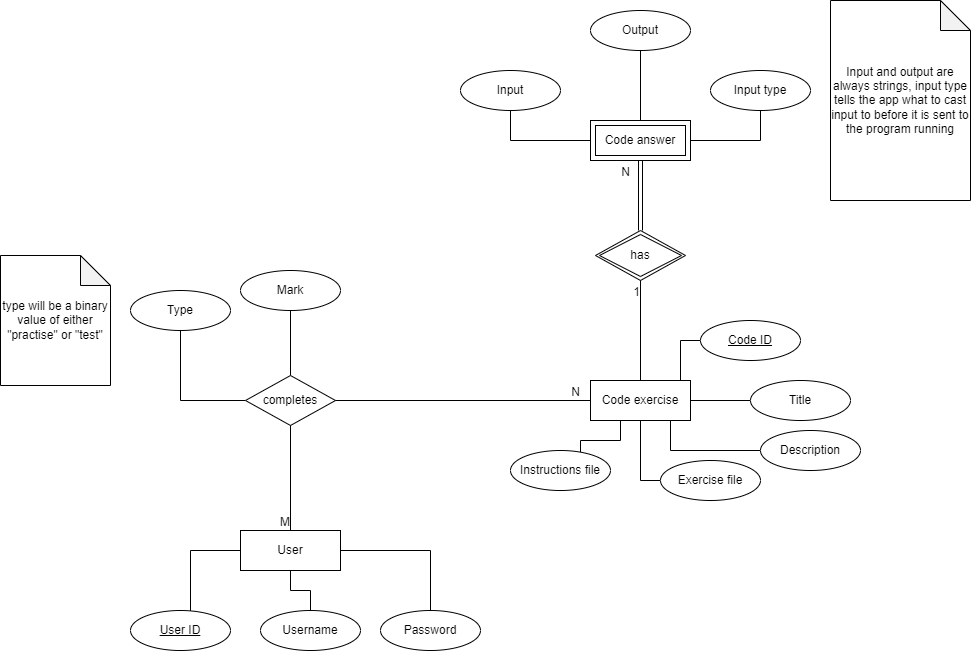
Earlier version of the draw.io export design/ERD.png (otto2048/honours-project). Source tidied: cells renumbered, new cells last; positions are measured from the earlier drawing's top-left corner, leaving out a move shared by most shapes.
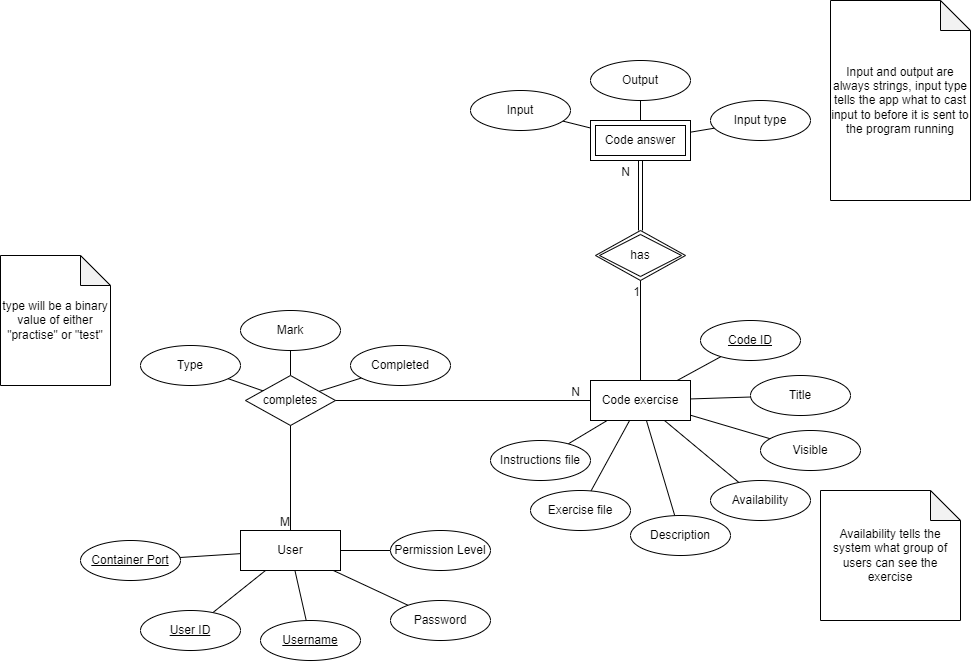
The same file after the commit.

The edit, as a diff of the source:
```diff
@@ -8,10 +8,10 @@
     <mxCell id="3" value="User" style="whiteSpace=wrap;html=1;align=center;" parent="1" vertex="1">
       <mxGeometry x="240" y="530" width="100" height="40" as="geometry" />
     </mxCell>
-    <mxCell id="4" style="edgeStyle=orthogonalEdgeStyle;rounded=0;jettySize=auto;html=1;endArrow=none;endFill=0;" parent="1" edge="1" source="6" target="11">
+    <mxCell id="4" style="rounded=0;jettySize=auto;html=1;endArrow=none;endFill=0;" parent="1" edge="1" source="6" target="11">
       <mxGeometry relative="1" as="geometry" />
     </mxCell>
-    <mxCell id="5" style="edgeStyle=orthogonalEdgeStyle;rounded=0;jettySize=auto;html=1;endArrow=none;endFill=0;" parent="1" edge="1" source="6" target="12">
+    <mxCell id="5" style="rounded=0;jettySize=auto;html=1;endArrow=none;endFill=0;" parent="1" edge="1" source="6" target="12">
       <mxGeometry relative="1" as="geometry" />
     </mxCell>
     <mxCell id="6" value="completes" style="shape=rhombus;perimeter=rhombusPerimeter;whiteSpace=wrap;html=1;align=center;" parent="1" vertex="1">
@@ -34,83 +34,58 @@
       </mxGeometry>
     </mxCell>
     <mxCell id="11" value="Type" style="ellipse;whiteSpace=wrap;html=1;align=center;" parent="1" vertex="1">
-      <mxGeometry x="130" y="290" width="100" height="40" as="geometry" />
+      <mxGeometry x="140" y="345" width="100" height="40" as="geometry" />
     </mxCell>
     <mxCell id="12" value="Mark" style="ellipse;whiteSpace=wrap;html=1;align=center;" parent="1" vertex="1">
-      <mxGeometry x="240" y="270" width="100" height="40" as="geometry" />
+      <mxGeometry x="240" y="310" width="100" height="40" as="geometry" />
     </mxCell>
-    <mxCell id="13" style="edgeStyle=orthogonalEdgeStyle;rounded=0;jettySize=auto;html=1;endArrow=none;endFill=0;" parent="1" edge="1" source="14" target="3">
-      <mxGeometry relative="1" as="geometry">
-        <Array as="points">
-          <mxPoint x="190" y="550" />
-        </Array>
-      </mxGeometry>
+    <mxCell id="13" style="rounded=0;jettySize=auto;html=1;endArrow=none;endFill=0;" parent="1" edge="1" source="14" target="3">
+      <mxGeometry relative="1" as="geometry" />
     </mxCell>
     <mxCell id="14" value="User ID" style="ellipse;whiteSpace=wrap;html=1;align=center;fontStyle=4;" parent="1" vertex="1">
-      <mxGeometry x="130" y="610" width="100" height="40" as="geometry" />
+      <mxGeometry x="140" y="610" width="100" height="40" as="geometry" />
     </mxCell>
-    <mxCell id="15" style="edgeStyle=orthogonalEdgeStyle;rounded=0;jettySize=auto;html=1;endArrow=none;endFill=0;" parent="1" edge="1" source="16" target="3">
+    <mxCell id="15" style="rounded=0;jettySize=auto;html=1;endArrow=none;endFill=0;" parent="1" edge="1" source="16" target="3">
       <mxGeometry relative="1" as="geometry" />
     </mxCell>
-    <mxCell id="16" value="Username" style="ellipse;whiteSpace=wrap;html=1;align=center;" parent="1" vertex="1">
-      <mxGeometry x="260" y="610" width="100" height="40" as="geometry" />
+    <mxCell id="16" value="&lt;u&gt;Username&lt;/u&gt;" style="ellipse;whiteSpace=wrap;html=1;align=center;" parent="1" vertex="1">
+      <mxGeometry x="260" y="620" width="100" height="40" as="geometry" />
     </mxCell>
-    <mxCell id="17" style="edgeStyle=orthogonalEdgeStyle;rounded=0;jettySize=auto;html=1;endArrow=none;endFill=0;" parent="1" edge="1" source="18" target="3">
-      <mxGeometry relative="1" as="geometry">
-        <Array as="points">
-          <mxPoint x="430" y="550" />
-        </Array>
-      </mxGeometry>
+    <mxCell id="17" style="rounded=0;jettySize=auto;html=1;endArrow=none;endFill=0;" parent="1" edge="1" source="18" target="3">
+      <mxGeometry relative="1" as="geometry" />
     </mxCell>
     <mxCell id="18" value="Password" style="ellipse;whiteSpace=wrap;html=1;align=center;" parent="1" vertex="1">
-      <mxGeometry x="380" y="610" width="100" height="40" as="geometry" />
+      <mxGeometry x="390" y="600" width="100" height="40" as="geometry" />
     </mxCell>
-    <mxCell id="19" style="edgeStyle=orthogonalEdgeStyle;rounded=0;jettySize=auto;html=1;endArrow=none;endFill=0;" parent="1" edge="1" source="20" target="2">
-      <mxGeometry relative="1" as="geometry">
-        <Array as="points">
-          <mxPoint x="680" y="340" />
-        </Array>
-      </mxGeometry>
+    <mxCell id="19" style="rounded=0;jettySize=auto;html=1;endArrow=none;endFill=0;jumpStyle=none;" parent="1" edge="1" source="20" target="2">
+      <mxGeometry relative="1" as="geometry" />
     </mxCell>
     <mxCell id="20" value="&lt;u&gt;Code ID&lt;/u&gt;" style="ellipse;whiteSpace=wrap;html=1;align=center;" parent="1" vertex="1">
       <mxGeometry x="700" y="320" width="100" height="40" as="geometry" />
     </mxCell>
-    <mxCell id="21" style="edgeStyle=orthogonalEdgeStyle;rounded=0;jettySize=auto;html=1;endArrow=none;endFill=0;" parent="1" edge="1" source="22" target="2">
+    <mxCell id="21" style="rounded=0;jettySize=auto;html=1;endArrow=none;endFill=0;" parent="1" edge="1" source="22" target="2">
       <mxGeometry relative="1" as="geometry" />
     </mxCell>
     <mxCell id="22" value="Title" style="ellipse;whiteSpace=wrap;html=1;align=center;" parent="1" vertex="1">
-      <mxGeometry x="750" y="380" width="100" height="40" as="geometry" />
+      <mxGeometry x="750" y="375" width="100" height="40" as="geometry" />
     </mxCell>
-    <mxCell id="23" style="edgeStyle=orthogonalEdgeStyle;rounded=0;jettySize=auto;html=1;endArrow=none;endFill=0;" parent="1" edge="1" source="24" target="2">
-      <mxGeometry relative="1" as="geometry">
-        <Array as="points">
-          <mxPoint x="670" y="450" />
-        </Array>
-      </mxGeometry>
+    <mxCell id="23" style="rounded=0;jettySize=auto;html=1;endArrow=none;endFill=0;" parent="1" edge="1" source="24" target="2">
+      <mxGeometry relative="1" as="geometry" />
     </mxCell>
     <mxCell id="24" value="Description" style="ellipse;whiteSpace=wrap;html=1;align=center;" parent="1" vertex="1">
-      <mxGeometry x="760" y="430" width="100" height="40" as="geometry" />
+      <mxGeometry x="630" y="515" width="100" height="40" as="geometry" />
     </mxCell>
-    <mxCell id="25" style="edgeStyle=orthogonalEdgeStyle;rounded=0;jettySize=auto;html=1;endArrow=none;endFill=0;" parent="1" edge="1" source="26" target="2">
-      <mxGeometry relative="1" as="geometry">
-        <Array as="points">
-          <mxPoint x="640" y="480" />
-        </Array>
-      </mxGeometry>
+    <mxCell id="25" style="rounded=0;jettySize=auto;html=1;endArrow=none;endFill=0;" parent="1" edge="1" source="26" target="2">
+      <mxGeometry relative="1" as="geometry" />
     </mxCell>
     <mxCell id="26" value="Exercise file" style="ellipse;whiteSpace=wrap;html=1;align=center;" parent="1" vertex="1">
-      <mxGeometry x="660" y="460" width="100" height="40" as="geometry" />
+      <mxGeometry x="530" y="490" width="100" height="40" as="geometry" />
     </mxCell>
-    <mxCell id="27" style="edgeStyle=orthogonalEdgeStyle;rounded=0;jettySize=auto;html=1;endArrow=none;endFill=0;" parent="1" edge="1" source="28" target="2">
-      <mxGeometry relative="1" as="geometry">
-        <Array as="points">
-          <mxPoint x="580" y="440" />
-          <mxPoint x="620" y="440" />
-        </Array>
-      </mxGeometry>
+    <mxCell id="27" style="rounded=0;jettySize=auto;html=1;endArrow=none;endFill=0;" parent="1" edge="1" source="28" target="2">
+      <mxGeometry relative="1" as="geometry" />
     </mxCell>
     <mxCell id="28" value="Instructions file" style="ellipse;whiteSpace=wrap;html=1;align=center;" parent="1" vertex="1">
-      <mxGeometry x="510" y="450" width="100" height="40" as="geometry" />
+      <mxGeometry x="490" y="440" width="100" height="40" as="geometry" />
     </mxCell>
     <mxCell id="29" value="type will be a binary value of either &quot;practise&quot; or &quot;test&quot;" style="shape=note;whiteSpace=wrap;html=1;backgroundOutline=1;darkOpacity=0.05;" parent="1" vertex="1">
       <mxGeometry y="255" width="110" height="130" as="geometry" />
@@ -137,34 +112,59 @@
         <mxPoint x="-10" y="20" as="offset" />
       </mxGeometry>
     </mxCell>
-    <mxCell id="36" style="edgeStyle=orthogonalEdgeStyle;rounded=0;jettySize=auto;html=1;endArrow=none;endFill=0;" parent="1" edge="1" source="37" target="30">
-      <mxGeometry relative="1" as="geometry">
-        <Array as="points">
-          <mxPoint x="510" y="140" />
-        </Array>
-      </mxGeometry>
+    <mxCell id="36" style="rounded=0;jettySize=auto;html=1;endArrow=none;endFill=0;" parent="1" edge="1" source="37" target="30">
+      <mxGeometry relative="1" as="geometry" />
     </mxCell>
     <mxCell id="37" value="Input" style="ellipse;whiteSpace=wrap;html=1;align=center;" parent="1" vertex="1">
-      <mxGeometry x="460" y="70" width="100" height="40" as="geometry" />
+      <mxGeometry x="470" y="90" width="100" height="40" as="geometry" />
     </mxCell>
-    <mxCell id="38" style="edgeStyle=orthogonalEdgeStyle;rounded=0;jettySize=auto;html=1;endArrow=none;endFill=0;" parent="1" edge="1" source="39" target="30">
+    <mxCell id="38" style="rounded=0;jettySize=auto;html=1;endArrow=none;endFill=0;" parent="1" edge="1" source="39" target="30">
       <mxGeometry relative="1" as="geometry" />
     </mxCell>
     <mxCell id="39" value="Output" style="ellipse;whiteSpace=wrap;html=1;align=center;" parent="1" vertex="1">
-      <mxGeometry x="590" y="10" width="100" height="40" as="geometry" />
+      <mxGeometry x="590" y="60" width="100" height="40" as="geometry" />
     </mxCell>
-    <mxCell id="40" style="edgeStyle=orthogonalEdgeStyle;rounded=0;jettySize=auto;html=1;endArrow=none;endFill=0;" parent="1" edge="1" source="41" target="30">
-      <mxGeometry relative="1" as="geometry">
-        <Array as="points">
-          <mxPoint x="760" y="140" />
-        </Array>
-      </mxGeometry>
+    <mxCell id="40" style="rounded=0;jettySize=auto;html=1;endArrow=none;endFill=0;" parent="1" edge="1" source="41" target="30">
+      <mxGeometry relative="1" as="geometry" />
     </mxCell>
     <mxCell id="41" value="Input type" style="ellipse;whiteSpace=wrap;html=1;align=center;" parent="1" vertex="1">
-      <mxGeometry x="710" y="70" width="100" height="40" as="geometry" />
+      <mxGeometry x="710" y="100" width="100" height="40" as="geometry" />
     </mxCell>
     <mxCell id="42" value="Input and output are always strings, input type tells the app what to cast input to before it is sent to the program running" style="shape=note;whiteSpace=wrap;html=1;backgroundOutline=1;darkOpacity=0.05;" parent="1" vertex="1">
       <mxGeometry x="830" width="140" height="200" as="geometry" />
     </mxCell>
+    <mxCell id="43" style="rounded=0;jettySize=auto;html=1;endArrow=none;endFill=0;" parent="1" edge="1" source="44" target="3">
+      <mxGeometry relative="1" as="geometry" />
+    </mxCell>
+    <mxCell id="44" value="Permission Level" style="ellipse;whiteSpace=wrap;html=1;align=center;" parent="1" vertex="1">
+      <mxGeometry x="390" y="530" width="100" height="40" as="geometry" />
+    </mxCell>
+    <mxCell id="45" style="rounded=0;jettySize=auto;html=1;endArrow=none;endFill=0;" parent="1" edge="1" source="46" target="3">
+      <mxGeometry relative="1" as="geometry" />
+    </mxCell>
+    <mxCell id="46" value="&lt;u&gt;Container Port&lt;/u&gt;" style="ellipse;whiteSpace=wrap;html=1;align=center;" parent="1" vertex="1">
+      <mxGeometry x="80" y="540" width="100" height="40" as="geometry" />
+    </mxCell>
+    <mxCell id="47" style="rounded=0;jettySize=auto;html=1;endArrow=none;endFill=0;" parent="1" edge="1" source="48" target="6">
+      <mxGeometry relative="1" as="geometry" />
+    </mxCell>
+    <mxCell id="48" value="Completed" style="ellipse;whiteSpace=wrap;html=1;align=center;" parent="1" vertex="1">
+      <mxGeometry x="350" y="345" width="100" height="40" as="geometry" />
+    </mxCell>
+    <mxCell id="49" style="rounded=0;jettySize=auto;html=1;endArrow=none;endFill=0;" parent="1" edge="1" source="50" target="2">
+      <mxGeometry relative="1" as="geometry" />
+    </mxCell>
+    <mxCell id="50" value="Visible" style="ellipse;whiteSpace=wrap;html=1;align=center;" parent="1" vertex="1">
+      <mxGeometry x="760" y="430" width="100" height="40" as="geometry" />
+    </mxCell>
+    <mxCell id="51" style="rounded=0;jettySize=auto;html=1;endArrow=none;endFill=0;" parent="1" edge="1" source="52" target="2">
+      <mxGeometry relative="1" as="geometry" />
+    </mxCell>
+    <mxCell id="52" value="Availability" style="ellipse;whiteSpace=wrap;html=1;align=center;" parent="1" vertex="1">
+      <mxGeometry x="710" y="480" width="100" height="40" as="geometry" />
+    </mxCell>
+    <mxCell id="53" value="Availability tells the system what group of users can see the exercise" style="shape=note;whiteSpace=wrap;html=1;backgroundOutline=1;darkOpacity=0.05;" parent="1" vertex="1">
+      <mxGeometry x="820" y="490" width="140" height="130" as="geometry" />
+    </mxCell>
   </root>
 </mxGraphModel>
```
